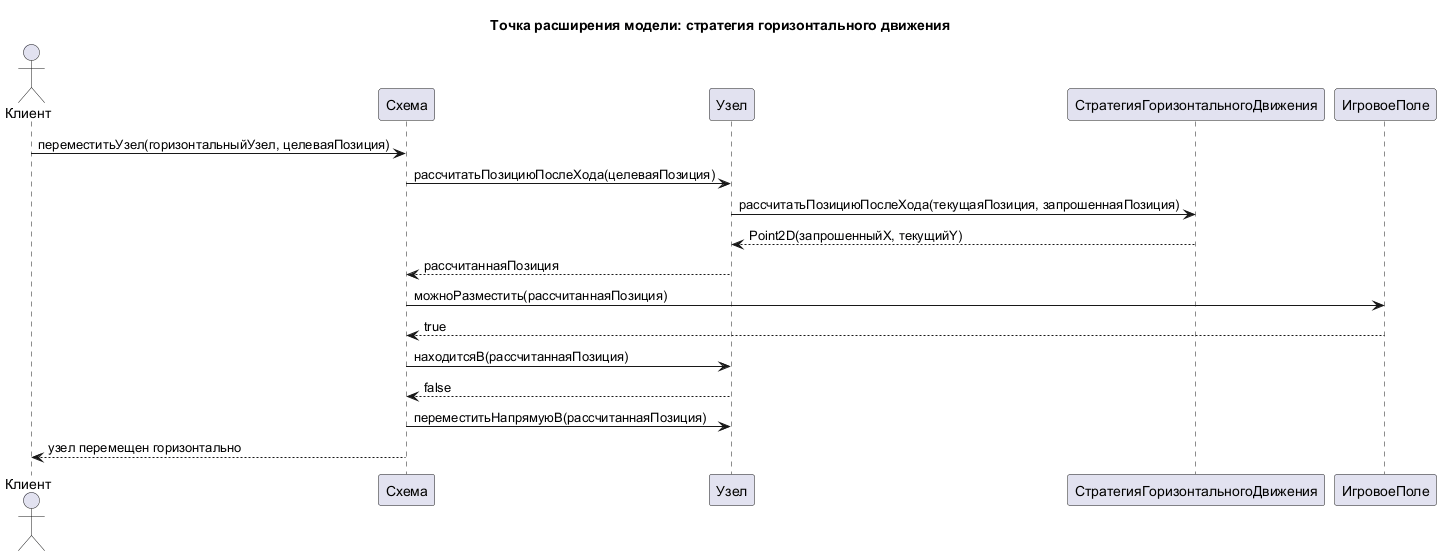
This is diagrams/Point of extension/Model sequence diagrams/04 Horizontal movement strategy.png from dmitriyBreyfogel/Untangle, a PlantUML export, as it was before one commit. Its diagram source:
```plantuml
@startuml
title Точка расширения модели: стратегия горизонтального движения

actor Клиент
participant "Схема" as Схема
participant "Узел" as Узел
participant "СтратегияГоризонтальногоДвижения" as СтратегияГоризонтальногоДвижения
participant "ИгровоеПоле" as ИгровоеПоле

Клиент -> Схема : переместитьУзел(горизонтальныйУзел, целеваяПозиция)
Схема -> Узел : рассчитатьПозициюПослеХода(целеваяПозиция)
Узел -> СтратегияГоризонтальногоДвижения : рассчитатьПозициюПослеХода(текущаяПозиция, запрошеннаяПозиция)
СтратегияГоризонтальногоДвижения --> Узел : Point2D(запрошенныйX, текущийY)
Узел --> Схема : рассчитаннаяПозиция
Схема -> ИгровоеПоле : можноРазместить(рассчитаннаяПозиция)
ИгровоеПоле --> Схема : true
Схема -> Узел : находитсяВ(рассчитаннаяПозиция)
Узел --> Схема : false
Схема -> Узел : переместитьНапрямуюВ(рассчитаннаяПозиция)
Схема --> Клиент : узел перемещен горизонтально

@enduml
```
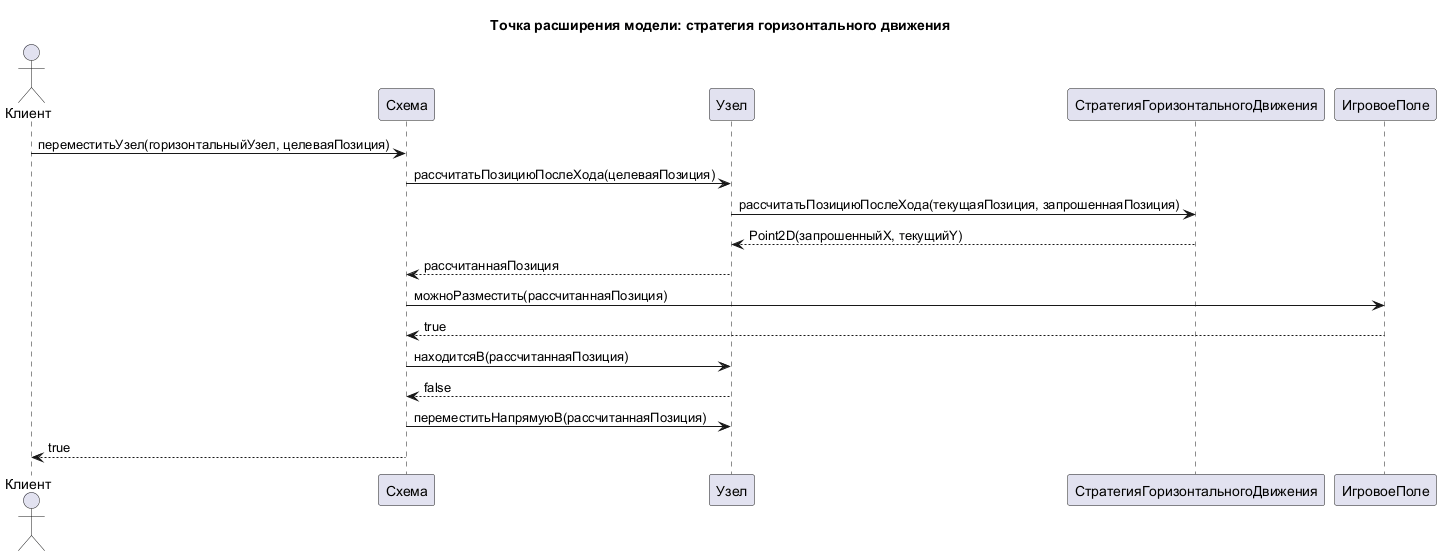
The same diagram one commit later.

Change to the diagram source:
```diff
@@ -17,6 +17,6 @@
 Схема -> Узел : находитсяВ(рассчитаннаяПозиция)
 Узел --> Схема : false
 Схема -> Узел : переместитьНапрямуюВ(рассчитаннаяПозиция)
-Схема --> Клиент : узел перемещен горизонтально
+Схема --> Клиент : true
 
 @enduml
```
